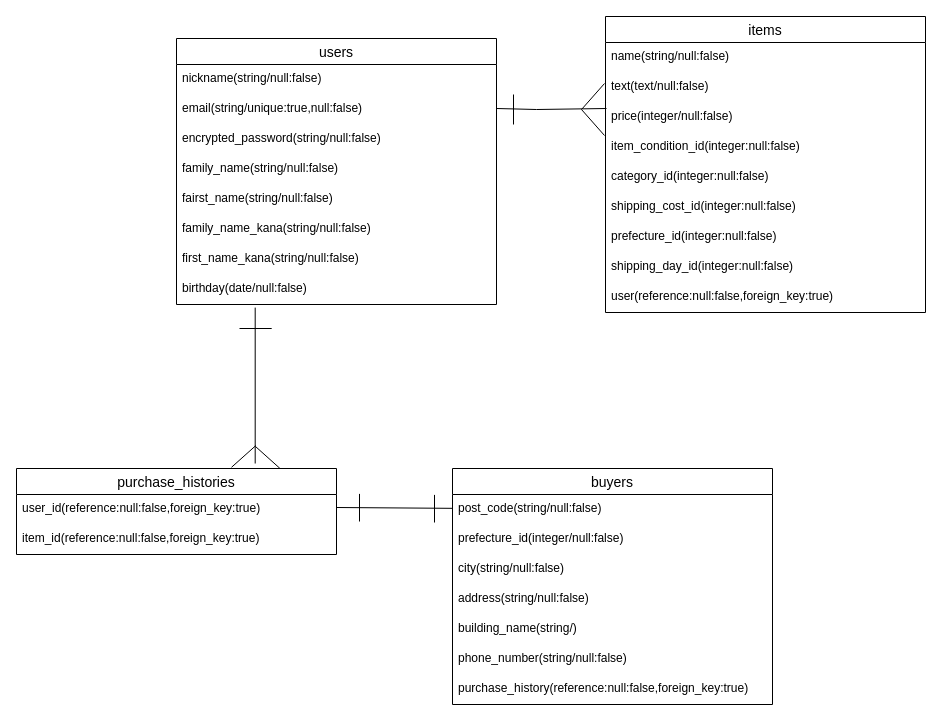
The draw.io diagram test.dio in koutaki/furima-38950, before the edit. Source tidied: cells renumbered, new cells numbered last; positions are measured from the earlier drawing's top-left corner, leaving out a move shared by most shapes. Both pictures are drawn from the tidied source at 100%, with x=0, y=0 at pixel (16, 16).
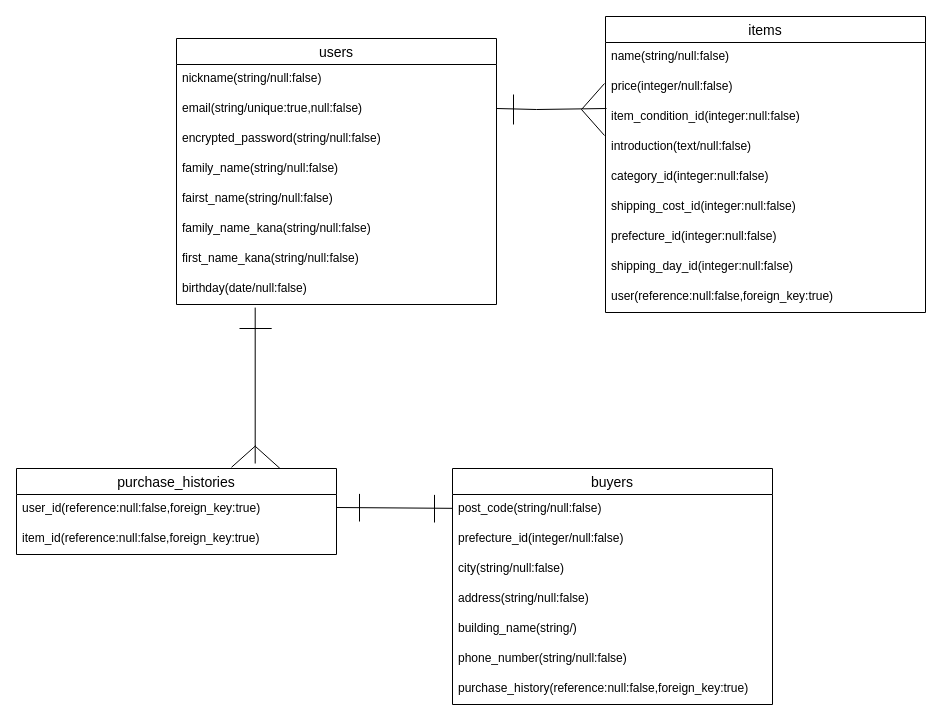
The same diagram, later.

Commit message (it also covers changes not shown here):
データベース設計（修正4回目）

データベース設計（修正4回目）

Unchanged cells that the change refers to:
```xml
<mxCell id="2" value="items" style="swimlane;fontStyle=0;horizontal=1;startSize=26;align=center;fontSize=14;swimlaneFillColor=default;" parent="1" vertex="1">
  <mxGeometry x="589" width="320" height="296" as="geometry" />
</mxCell>
```

Change to the diagram source:
```diff
@@
-    <mxCell id="4" value="text(text/null:false)" style="text;strokeColor=none;fillColor=none;spacingLeft=4;spacingRight=4;overflow=hidden;fontSize=12;" parent="2" vertex="1">
-      <mxGeometry y="56" width="320" height="30" as="geometry" />
-    </mxCell>
     <mxCell id="5" value="price(integer/null:false)" style="text;strokeColor=none;fillColor=none;spacingLeft=4;spacingRight=4;overflow=hidden;fontSize=12;" parent="2" vertex="1">
-      <mxGeometry y="86" width="320" height="30" as="geometry" />
+      <mxGeometry y="56" width="320" height="30" as="geometry" />
     </mxCell>
     <mxCell id="6" value="item_condition_id(integer:null:false)" style="text;strokeColor=none;fillColor=none;spacingLeft=4;spacingRight=4;overflow=hidden;fontSize=12;" parent="2" vertex="1">
-      <mxGeometry y="116" width="320" height="30" as="geometry" />
+      <mxGeometry y="86" width="320" height="30" as="geometry" />
     </mxCell>
+    <mxCell id="4" value="introduction(text/null:false)" style="text;strokeColor=none;fillColor=none;spacingLeft=4;spacingRight=4;overflow=hidden;fontSize=12;" parent="2" vertex="1">
+      <mxGeometry y="116" width="320" height="30" as="geometry" />
+    </mxCell>
```
